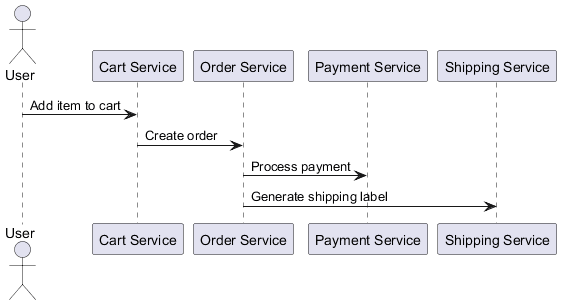
Earlier version of the PlantUML export docs/generated/diagrams/sequence_diagram.png (alessiagatto/documenter-agent). Source of this version:
```plantuml
@startuml
actor User
participant "Cart Service" as CartService
participant "Order Service" as OrderService
participant "Payment Service" as PaymentService
participant "Shipping Service" as ShippingService

User -> CartService : Add item to cart
CartService -> OrderService : Create order
OrderService -> PaymentService : Process payment
OrderService -> ShippingService : Generate shipping label

@enduml
```
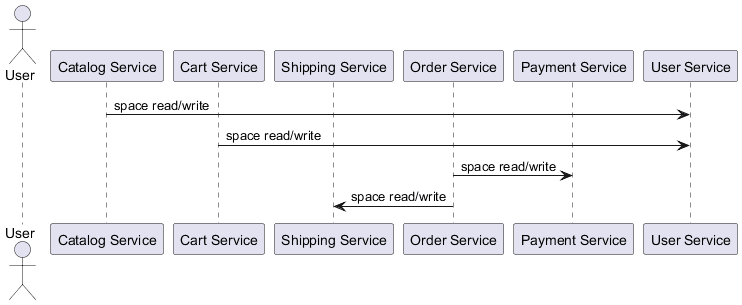
Above is the later version.

Commit message:
Integrazione Vision LLM per analisi automatica dei diagrammi UML e rigenerazione migliorata del sequence diagram. Aggiunta compilazione automatica PlantUML e correzione pipeline generazione diagrammi.

Diff of the diagram source:
```diff
@@ -1,13 +1,14 @@
 @startuml
 actor User
+participant "Catalog Service" as CatalogService
 participant "Cart Service" as CartService
+participant "Shipping Service" as ShippingService
 participant "Order Service" as OrderService
 participant "Payment Service" as PaymentService
-participant "Shipping Service" as ShippingService
+participant "User Service" as UserService
 
-User -> CartService : Add item to cart
-CartService -> OrderService : Create order
-OrderService -> PaymentService : Process payment
-OrderService -> ShippingService : Generate shipping label
-
+CatalogService -> UserService : space read/write
+CartService -> UserService : space read/write
+OrderService -> PaymentService : space read/write
+OrderService -> ShippingService : space read/write
 @enduml
```
